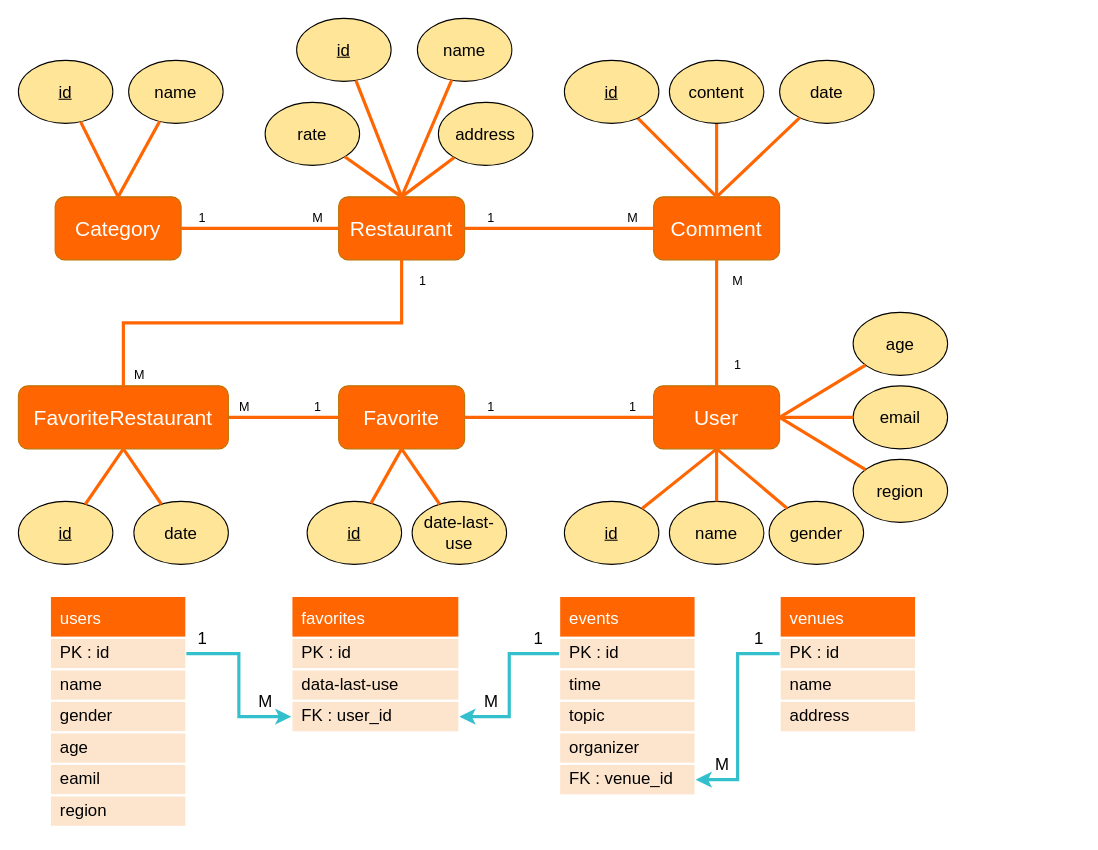
Above: 餐廳論壇ERD+Schema.drawio.drawio in z88243310/bins (draw.io), before the change. Source tidied: cells renumbered, new cells numbered last; positions are measured from the earlier drawing's top-left corner, leaving out a move shared by most shapes. Both pictures are drawn from the tidied source at 105%, with x=0, y=0 at pixel (18, 18).
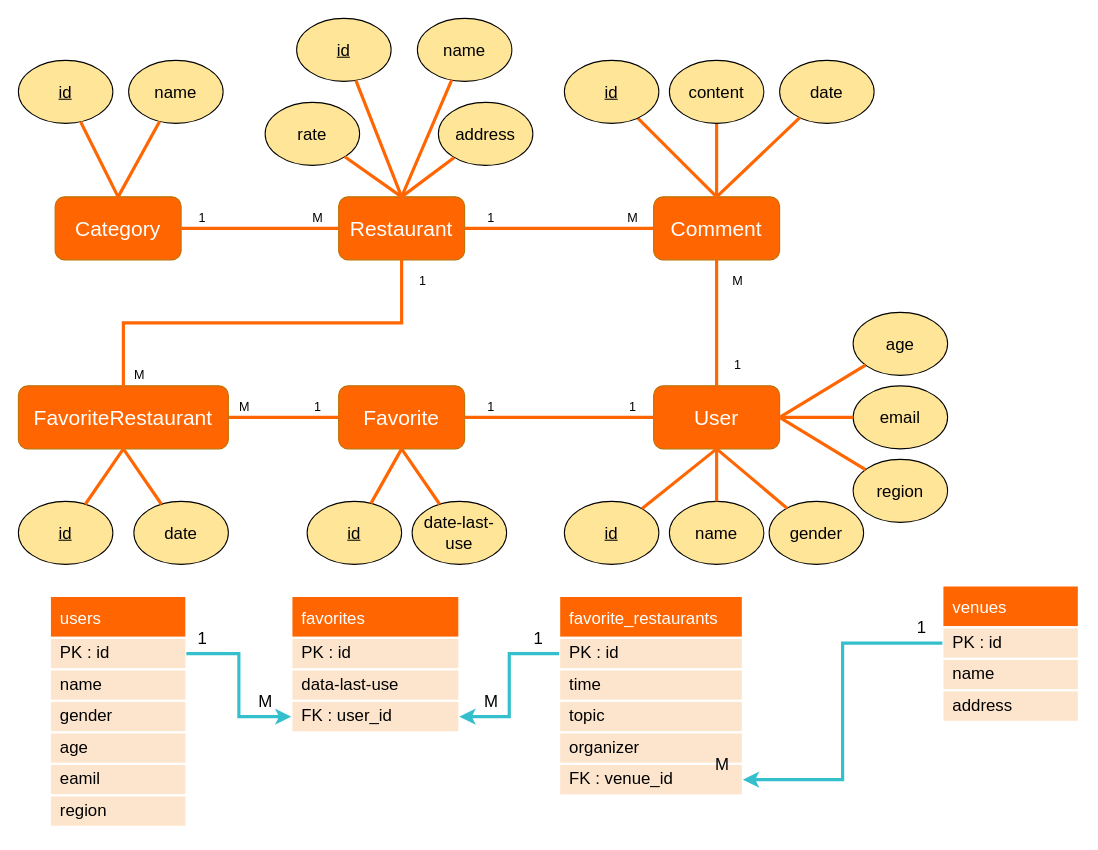
The same diagram, later.

Commit message (it also covers changes not shown here):
更新餐廳論壇ERD+Schema.drawio.drawio

Diff of the diagram source:
```diff
@@
-    <mxCell id="16" value="events" style="swimlane;fontStyle=0;horizontal=1;startSize=40;align=left;fontSize=16;fontColor=#FFFFFF;fillColor=#FF6602;spacing=0;strokeColor=#FFFFFF;strokeWidth=2;spacingLeft=10;" parent="1" vertex="1">
-      <mxGeometry x="515" y="550" width="130" height="190" as="geometry" />
+    <mxCell id="16" value="favorite_restaurants" style="swimlane;fontStyle=0;horizontal=1;startSize=40;align=left;fontSize=16;fontColor=#FFFFFF;fillColor=#FF6602;spacing=0;strokeColor=#FFFFFF;strokeWidth=2;spacingLeft=10;" parent="1" vertex="1">
+      <mxGeometry x="515" y="550" width="175" height="190" as="geometry" />
     </mxCell>
     <mxCell id="17" value="PK : id" style="text;strokeColor=#FFFFFF;fillColor=#FDE5CD;spacingLeft=10;spacingRight=0;overflow=hidden;points=[[0,0.5],[1,0.5]];portConstraint=eastwest;fontSize=16;strokeWidth=2;perimeterSpacing=0;sketch=0;shadow=0;rounded=0;glass=0;spacing=0;fontStyle=0;" parent="16" vertex="1">
-      <mxGeometry y="40" width="130" height="30" as="geometry" />
+      <mxGeometry y="40" width="175" height="30" as="geometry" />
     </mxCell>
     <mxCell id="18" value="time" style="text;strokeColor=#FFFFFF;fillColor=#FDE5CD;spacingLeft=10;spacingRight=0;overflow=hidden;fontSize=16;strokeWidth=2;sketch=0;shadow=0;rounded=0;glass=0;spacing=0;" parent="16" vertex="1">
-      <mxGeometry y="70" width="130" height="30" as="geometry" />
+      <mxGeometry y="70" width="175" height="30" as="geometry" />
     </mxCell>
     <mxCell id="19" value="topic" style="text;strokeColor=#FFFFFF;fillColor=#FDE5CD;spacingLeft=10;spacingRight=0;overflow=hidden;fontSize=16;strokeWidth=2;sketch=0;shadow=0;rounded=0;glass=0;spacing=0;" parent="16" vertex="1">
-      <mxGeometry y="100" width="130" height="30" as="geometry" />
+      <mxGeometry y="100" width="175" height="30" as="geometry" />
     </mxCell>
     <mxCell id="20" value="organizer" style="text;strokeColor=#FFFFFF;fillColor=#FDE5CD;spacingLeft=10;spacingRight=0;overflow=hidden;fontSize=16;strokeWidth=2;sketch=0;shadow=0;rounded=0;glass=0;spacing=0;" parent="16" vertex="1">
-      <mxGeometry y="130" width="130" height="30" as="geometry" />
+      <mxGeometry y="130" width="175" height="30" as="geometry" />
     </mxCell>
     <mxCell id="21" value="FK : venue_id" style="text;strokeColor=#FFFFFF;fillColor=#FDE5CD;spacingLeft=10;spacingRight=0;overflow=hidden;points=[[0,0.5],[1,0.5]];portConstraint=eastwest;fontSize=16;strokeWidth=2;sketch=0;shadow=0;rounded=0;glass=0;spacing=0;" parent="16" vertex="1">
-      <mxGeometry y="160" width="130" height="30" as="geometry" />
+      <mxGeometry y="160" width="175" height="30" as="geometry" />
     </mxCell>
@@
     <mxCell id="25" value="venues" style="swimlane;fontStyle=0;horizontal=1;startSize=40;align=left;fontSize=16;fontColor=#FFFFFF;fillColor=#FF6602;spacing=0;strokeColor=#FFFFFF;strokeWidth=2;spacingLeft=10;" parent="1" vertex="1">
-      <mxGeometry x="725" y="550" width="130" height="130" as="geometry" />
+      <mxGeometry x="880" y="540" width="130" height="130" as="geometry" />
     </mxCell>
@@
     <mxCell id="31" value="1" style="text;html=1;align=center;verticalAlign=middle;strokeColor=none;fillColor=none;fontSize=16;fontColor=#000000;" parent="1" vertex="1">
-      <mxGeometry x="695" y="580" width="20" height="20" as="geometry" />
+      <mxGeometry x="850" y="570" width="20" height="20" as="geometry" />
     </mxCell>
```
